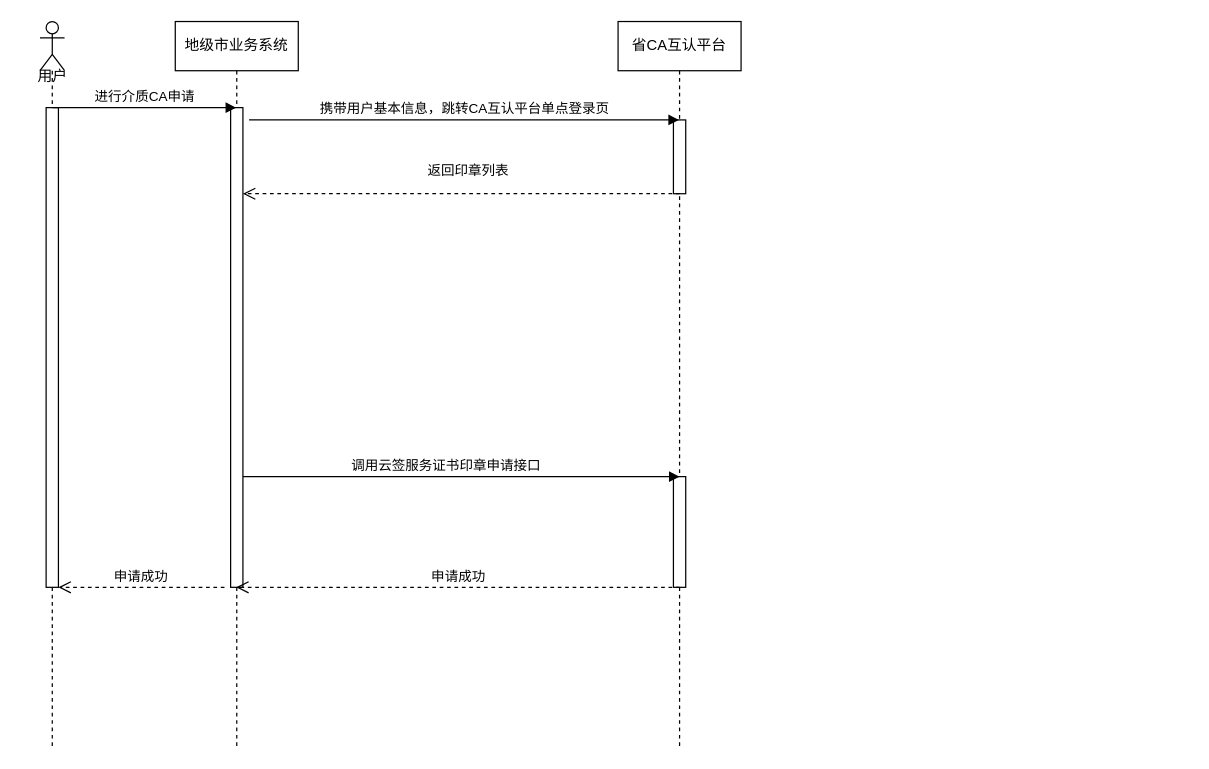
Above: CA互认平台-地级市跳转CA互认平台.drawio in ljhaust/studycode (draw.io), before the change. Source tidied: cells renumbered, new cells numbered last; positions are measured from the earlier drawing's top-left corner, leaving out a move shared by most shapes. Both pictures are drawn from the tidied source at 123%, with x=0, y=0 at pixel (21, 21).
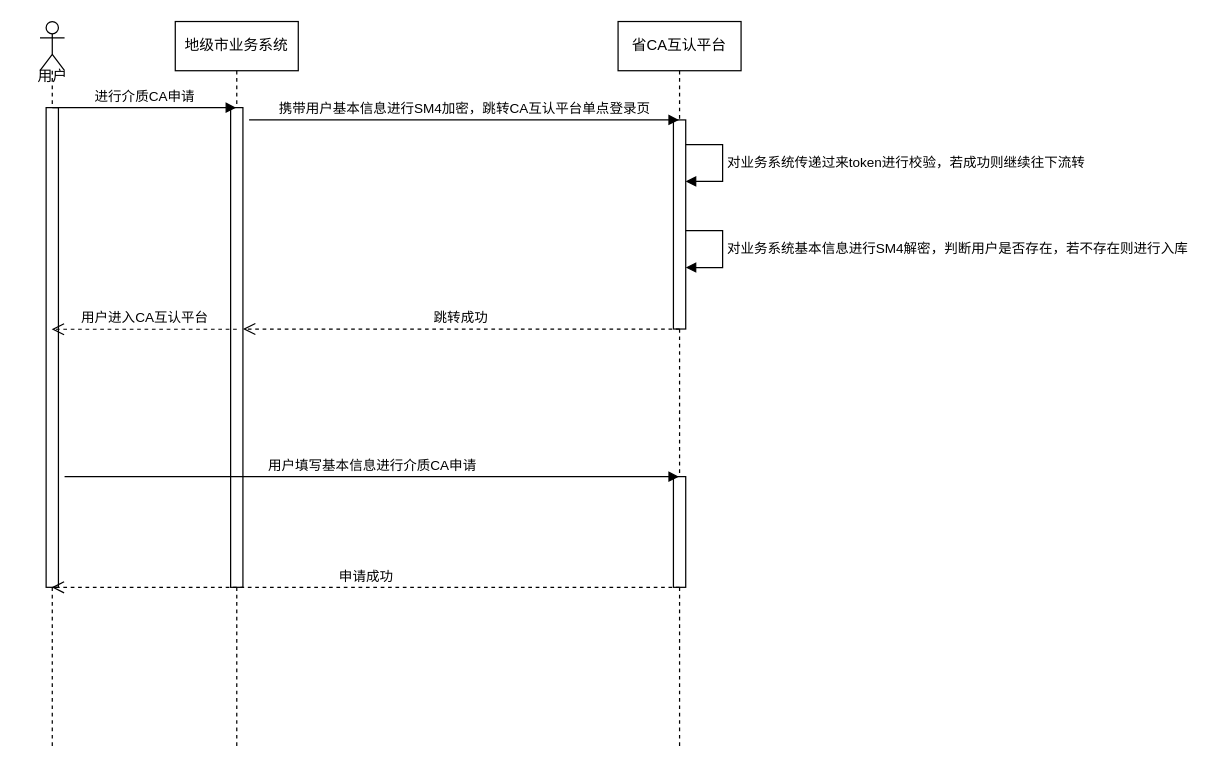
The same page after the edit.

Commit message (it also covers changes not shown here):
更新CA互认平台-地级市跳转CA互认平台.drawio

The change refers to these unchanged cells:
```xml
<mxCell id="2" value="地级市业务系统" style="shape=umlLifeline;perimeter=lifelinePerimeter;whiteSpace=wrap;html=1;outlineConnect=0;portConstraint=eastwest;newEdgeStyle={&quot;edgeStyle&quot;:&quot;elbowEdgeStyle&quot;,&quot;elbow&quot;:&quot;vertical&quot;,&quot;curved&quot;:0,&quot;rounded&quot;:0};" parent="1" vertex="1">
  <mxGeometry x="125" width="100" height="590" as="geometry" />
</mxCell>
<mxCell id="3" style="html=1;points=[];perimeter=orthogonalPerimeter;outlineConnect=0;targetShapes=umlLifeline;portConstraint=eastwest;newEdgeStyle={&quot;edgeStyle&quot;:&quot;elbowEdgeStyle&quot;,&quot;elbow&quot;:&quot;vertical&quot;,&quot;curved&quot;:0,&quot;rounded&quot;:0};" parent="2" vertex="1">
  <mxGeometry x="45" y="70" width="10" height="390" as="geometry" />
</mxCell>
<mxCell id="4" value="省CA互认平台" style="shape=umlLifeline;perimeter=lifelinePerimeter;whiteSpace=wrap;html=1;outlineConnect=0;portConstraint=eastwest;newEdgeStyle={&quot;edgeStyle&quot;:&quot;elbowEdgeStyle&quot;,&quot;elbow&quot;:&quot;vertical&quot;,&quot;curved&quot;:0,&quot;rounded&quot;:0};" parent="1" vertex="1">
  <mxGeometry x="485" width="100" height="590" as="geometry" />
</mxCell>
<mxCell id="7" style="shape=umlLifeline;perimeter=lifelinePerimeter;whiteSpace=wrap;html=1;outlineConnect=0;portConstraint=eastwest;newEdgeStyle={&quot;edgeStyle&quot;:&quot;elbowEdgeStyle&quot;,&quot;elbow&quot;:&quot;vertical&quot;,&quot;curved&quot;:0,&quot;rounded&quot;:0};participant=umlActor;" parent="1" vertex="1">
  <mxGeometry x="15" width="20" height="590" as="geometry" />
</mxCell>
<mxCell id="8" style="html=1;points=[];perimeter=orthogonalPerimeter;outlineConnect=0;targetShapes=umlLifeline;portConstraint=eastwest;newEdgeStyle={&quot;edgeStyle&quot;:&quot;elbowEdgeStyle&quot;,&quot;elbow&quot;:&quot;vertical&quot;,&quot;curved&quot;:0,&quot;rounded&quot;:0};" parent="7" vertex="1">
  <mxGeometry x="5" y="70" width="10" height="390" as="geometry" />
</mxCell>
```

What changed in the source:
```diff
@@
     <mxCell id="6" style="html=1;points=[];perimeter=orthogonalPerimeter;outlineConnect=0;targetShapes=umlLifeline;portConstraint=eastwest;newEdgeStyle={&quot;edgeStyle&quot;:&quot;elbowEdgeStyle&quot;,&quot;elbow&quot;:&quot;vertical&quot;,&quot;curved&quot;:0,&quot;rounded&quot;:0};" parent="4" vertex="1">
-      <mxGeometry x="45" y="80" width="10" height="60" as="geometry" />
+      <mxGeometry x="45" y="80" width="10" height="170" as="geometry" />
     </mxCell>
+    <mxCell id="16" value="对业务系统基本信息进行SM4解密，判断用户是否存在，若不存在则进行入库" style="html=1;align=left;spacingLeft=2;endArrow=block;rounded=0;edgeStyle=orthogonalEdgeStyle;curved=0;rounded=0;entryX=1;entryY=0.353;entryDx=0;entryDy=0;entryPerimeter=0;" parent="4" edge="1">
+      <mxGeometry relative="1" as="geometry">
+        <mxPoint x="55" y="170" as="sourcePoint" />
+        <mxPoint x="55" y="200" as="targetPoint" />
+        <Array as="points">
+          <mxPoint x="85" y="170" />
+          <mxPoint x="85" y="200" />
+        </Array>
+      </mxGeometry>
+    </mxCell>
+    <mxCell id="17" value="对业务系统传递过来token进行校验，若成功则继续往下流转" style="html=1;align=left;spacingLeft=2;endArrow=block;rounded=0;edgeStyle=orthogonalEdgeStyle;curved=0;rounded=0;" parent="4" edge="1" target="6">
+      <mxGeometry relative="1" as="geometry">
+        <mxPoint x="55" y="100" as="sourcePoint" />
+        <Array as="points">
+          <mxPoint x="85" y="100" />
+          <mxPoint x="85" y="130" />
+        </Array>
+      </mxGeometry>
+    </mxCell>
@@
-    <mxCell id="10" value="申请成功" style="html=1;verticalAlign=bottom;endArrow=open;dashed=1;endSize=8;edgeStyle=elbowEdgeStyle;elbow=vertical;curved=0;rounded=0;" parent="1" edge="1" target="8">
-      <mxGeometry relative="1" as="geometry">
-        <mxPoint x="165" y="460" as="sourcePoint" />
-      </mxGeometry>
-    </mxCell>
@@
-    <mxCell id="12" value="申请成功" style="html=1;verticalAlign=bottom;endArrow=open;dashed=1;endSize=8;edgeStyle=elbowEdgeStyle;elbow=vertical;curved=0;rounded=0;" parent="1" edge="1" target="2">
+    <mxCell id="12" value="申请成功" style="html=1;verticalAlign=bottom;endArrow=open;dashed=1;endSize=8;edgeStyle=elbowEdgeStyle;elbow=vertical;curved=0;rounded=0;" parent="1" edge="1" target="7">
       <mxGeometry relative="1" as="geometry">
         <mxPoint x="535" y="460" as="sourcePoint" />
       </mxGeometry>
     </mxCell>
-    <mxCell id="13" value="携带用户基本信息，跳转CA互认平台单点登录页" style="html=1;verticalAlign=bottom;endArrow=block;edgeStyle=elbowEdgeStyle;elbow=vertical;curved=0;rounded=0;" parent="1" edge="1" target="4">
+    <mxCell id="13" value="携带用户基本信息进行SM4加密，跳转CA互认平台单点登录页" style="html=1;verticalAlign=bottom;endArrow=block;edgeStyle=elbowEdgeStyle;elbow=vertical;curved=0;rounded=0;" parent="1" edge="1" target="4">
       <mxGeometry relative="1" as="geometry">
         <mxPoint x="185" y="80" as="sourcePoint" />
       </mxGeometry>
     </mxCell>
-    <mxCell id="14" value="返回印章列表" style="html=1;verticalAlign=bottom;endArrow=open;dashed=1;endSize=8;edgeStyle=elbowEdgeStyle;elbow=vertical;curved=0;rounded=0;" parent="1" edge="1" target="3">
-      <mxGeometry x="-0.03" y="-10" relative="1" as="geometry">
-        <mxPoint x="535" y="140" as="sourcePoint" />
-        <Array as="points">
-          <mxPoint x="365" y="140" />
-        </Array>
-      </mxGeometry>
-    </mxCell>
-    <mxCell id="15" value="调用云签服务证书印章申请接口" style="html=1;verticalAlign=bottom;endArrow=block;edgeStyle=elbowEdgeStyle;elbow=vertical;curved=0;rounded=0;" parent="1" edge="1" source="3">
-      <mxGeometry x="-0.07" relative="1" as="geometry">
-        <mxPoint x="535" y="370" as="targetPoint" />
-      </mxGeometry>
-    </mxCell>
+    <mxCell id="18" value="跳转成功" style="html=1;verticalAlign=bottom;endArrow=open;dashed=1;endSize=8;curved=0;rounded=0;" parent="1" edge="1" target="3">
+      <mxGeometry relative="1" as="geometry">
+        <mxPoint x="535" y="250" as="sourcePoint" />
+      </mxGeometry>
+    </mxCell>
+    <mxCell id="19" value="用户填写基本信息进行介质CA申请" style="html=1;verticalAlign=bottom;endArrow=block;curved=0;rounded=0;" parent="1" edge="1" target="4">
+      <mxGeometry relative="1" as="geometry">
+        <mxPoint x="35" y="370" as="sourcePoint" />
+      </mxGeometry>
+    </mxCell>
+    <mxCell id="20" value="用户进入CA互认平台" style="html=1;verticalAlign=bottom;endArrow=open;dashed=1;endSize=8;curved=0;rounded=0;exitX=0.5;exitY=0.462;exitDx=0;exitDy=0;exitPerimeter=0;" parent="1" edge="1" source="3" target="7">
+      <mxGeometry relative="1" as="geometry" />
+    </mxCell>
```
